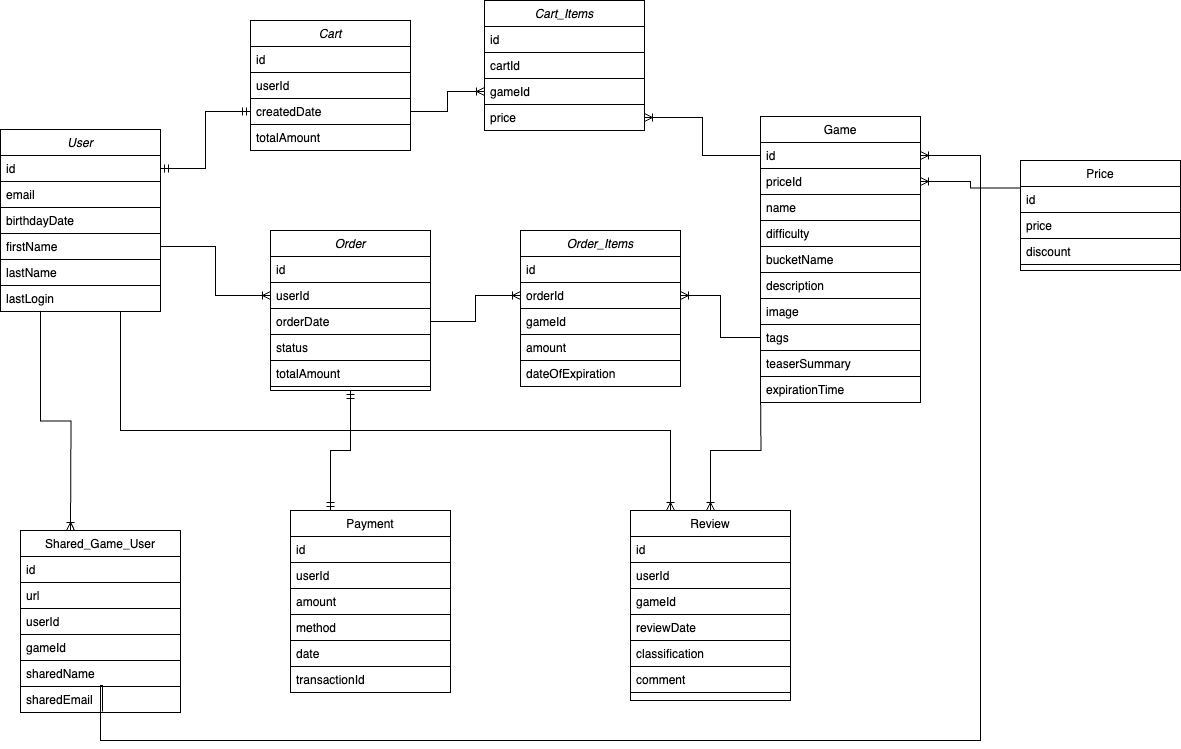
Above: main_db.drawio.png in tomasferreiradesa/desarquivados-platform-db-schema (draw.io), before the change. Source tidied: cells renumbered, new cells last; positions are measured from the earlier drawing's top-left corner, leaving out a move shared by most shapes.
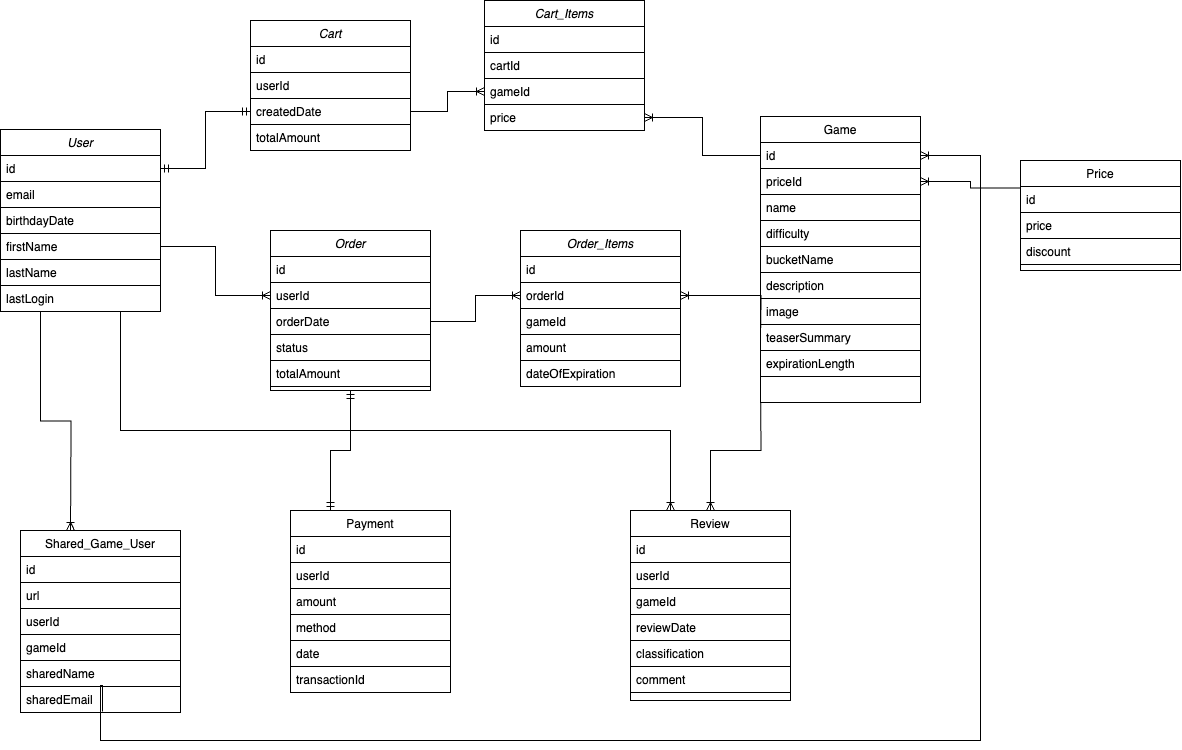
Above is the later version.

The edit, as a diff of the source:
```diff
@@ -65,14 +65,11 @@
     <mxCell id="22" value="image" style="text;align=left;verticalAlign=top;spacingLeft=4;spacingRight=4;overflow=hidden;rounded=0;shadow=0;html=0;fillColor=none;strokeColor=#000000;fontColor=default;" parent="15" vertex="1">
       <mxGeometry y="182" width="160" height="26" as="geometry" />
     </mxCell>
-    <mxCell id="23" value="tags" style="text;align=left;verticalAlign=top;spacingLeft=4;spacingRight=4;overflow=hidden;points=[[0,0.5],[1,0.5]];portConstraint=eastwest;rounded=0;shadow=0;html=0;fillColor=none;strokeColor=#000000;fontColor=default;" parent="15" vertex="1">
-      <mxGeometry y="208" width="160" height="26" as="geometry" />
-    </mxCell>
     <mxCell id="24" value="teaserSummary" style="text;align=left;verticalAlign=top;spacingLeft=4;spacingRight=4;overflow=hidden;rounded=0;shadow=0;html=0;fillColor=none;strokeColor=#000000;fontColor=default;" parent="15" vertex="1">
-      <mxGeometry y="234" width="160" height="26" as="geometry" />
+      <mxGeometry y="208" width="160" height="26" as="geometry" />
     </mxCell>
-    <mxCell id="25" value="expirationTime" style="text;align=left;verticalAlign=top;spacingLeft=4;spacingRight=4;overflow=hidden;rounded=0;shadow=0;html=0;fillColor=none;strokeColor=#000000;fontColor=default;" parent="15" vertex="1">
-      <mxGeometry y="260" width="160" height="26" as="geometry" />
+    <mxCell id="25" value="expirationLength" style="text;align=left;verticalAlign=top;spacingLeft=4;spacingRight=4;overflow=hidden;rounded=0;shadow=0;html=0;fillColor=none;strokeColor=#000000;fontColor=default;" parent="15" vertex="1">
+      <mxGeometry y="234" width="160" height="26" as="geometry" />
     </mxCell>
     <mxCell id="26" value="Shared_Game_User" style="swimlane;fontStyle=0;align=center;verticalAlign=top;horizontal=1;startSize=26;rounded=0;shadow=0;strokeWidth=1;fillColor=none;strokeColor=#000000;fontColor=default;" parent="1" vertex="1">
       <mxGeometry x="20" y="530" width="160" height="182" as="geometry" />
@@ -221,8 +218,10 @@
     <mxCell id="71" style="edgeStyle=orthogonalEdgeStyle;fontSize=12;html=1;endArrow=ERoneToMany;rounded=0;entryX=1;entryY=0.5;entryDx=0;entryDy=0;exitX=0;exitY=0.5;exitDx=0;exitDy=0;fillColor=none;strokeColor=#000000;fontColor=default;" parent="1" edge="1" source="16" target="62">
       <mxGeometry relative="1" as="geometry" />
     </mxCell>
-    <mxCell id="72" style="edgeStyle=orthogonalEdgeStyle;fontSize=12;html=1;endArrow=ERoneToMany;rounded=0;entryX=1;entryY=0.5;entryDx=0;entryDy=0;exitX=0;exitY=0.5;exitDx=0;exitDy=0;fillColor=none;strokeColor=#000000;fontColor=default;" parent="1" edge="1" source="23" target="42">
-      <mxGeometry relative="1" as="geometry" />
+    <mxCell id="72" style="edgeStyle=orthogonalEdgeStyle;fontSize=12;html=1;endArrow=ERoneToMany;rounded=0;entryX=1;entryY=0.5;entryDx=0;entryDy=0;exitX=0;exitY=0.5;exitDx=0;exitDy=0;fillColor=none;strokeColor=#000000;fontColor=default;" parent="1" edge="1" target="42">
+      <mxGeometry relative="1" as="geometry">
+        <mxPoint x="760" y="337" as="sourcePoint" />
+      </mxGeometry>
     </mxCell>
     <mxCell id="73" value="Price" style="swimlane;fontStyle=0;align=center;verticalAlign=top;horizontal=1;startSize=26;rounded=0;shadow=0;strokeWidth=1;fillColor=none;strokeColor=#000000;fontColor=default;" parent="1" vertex="1">
       <mxGeometry x="1020" y="160" width="160" height="110" as="geometry" />
```
